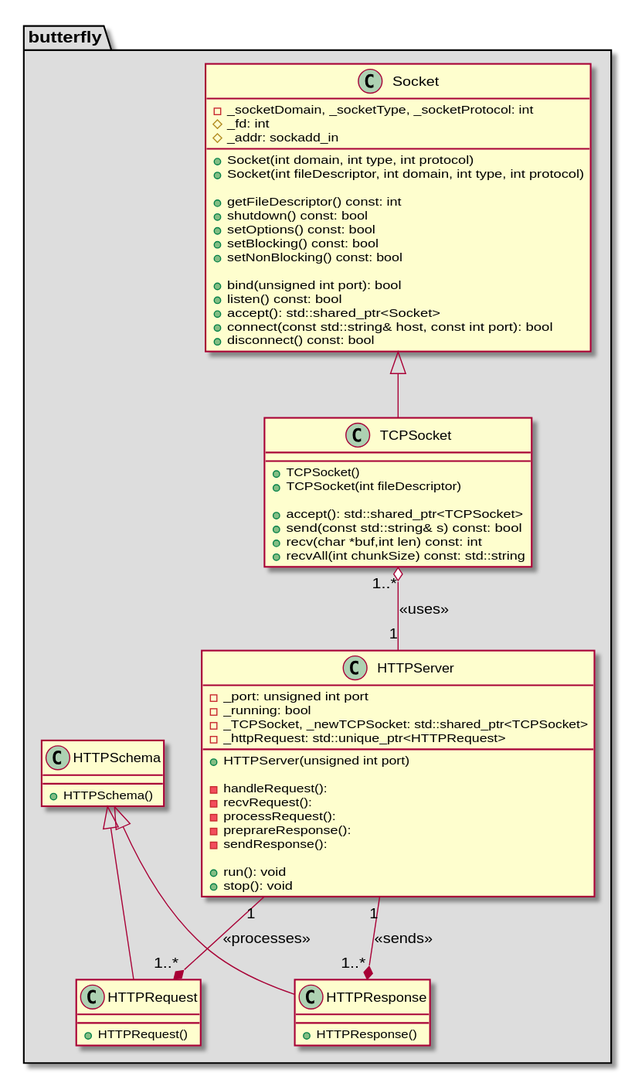
The PlantUML diagram architecture/class_diagrams/httpServer.svg in bierschi/butterfly, before a commit.
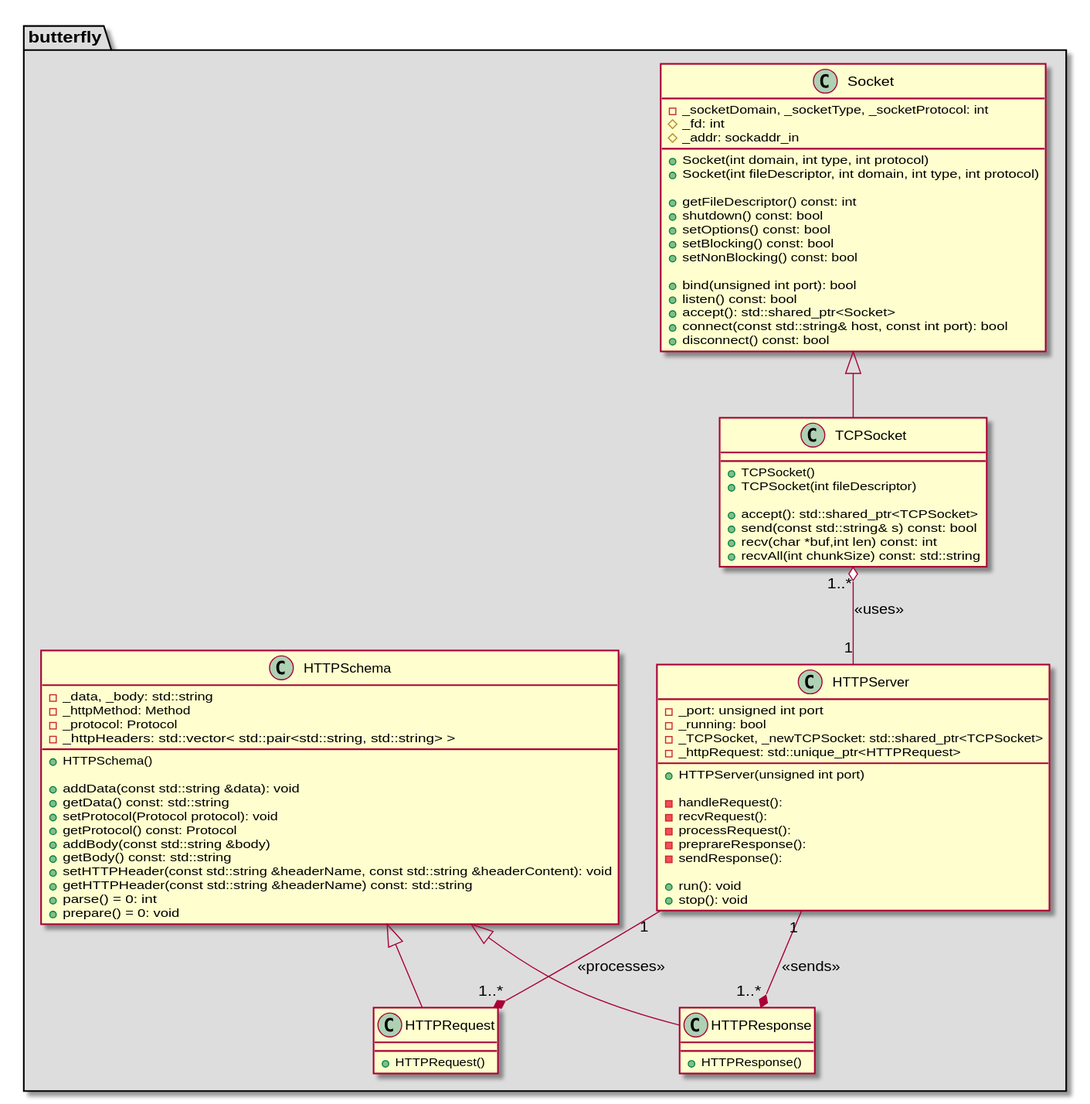
After the change.

Commit message:
Updated the http request handling

What changed in the source:
```diff
@@ -6,35 +6,36 @@
 {
     - _socketDomain, _socketType, _socketProtocol: int
     # _fd: int
-    # _addr: sockadd_in
+    # _addr: sockaddr_in
 
-    +Socket(int domain, int type, int protocol)
-    +Socket(int fileDescriptor, int domain, int type, int protocol)
+    + Socket(int domain, int type, int protocol)
+    + Socket(int fileDescriptor, int domain, int type, int protocol)
 
-    +getFileDescriptor() const: int
-    +shutdown() const: bool
-    +setOptions() const: bool
-    +setBlocking() const: bool
-    +setNonBlocking() const: bool
+    + getFileDescriptor() const: int
+    + shutdown() const: bool
+    + setOptions() const: bool
+    + setBlocking() const: bool
+    + setNonBlocking() const: bool
 
-    +bind(unsigned int port): bool
-    +listen() const: bool
-    +accept(): std::shared_ptr<Socket>
-    +connect(const std::string& host, const int port): bool
-    +disconnect() const: bool
+    + bind(unsigned int port): bool
+    + listen() const: bool
+    + accept(): std::shared_ptr<Socket>
+    + connect(const std::string& host, const int port): bool
+    + disconnect() const: bool
 }
 
 class TCPSocket
 {
 
-    +TCPSocket()
-    +TCPSocket(int fileDescriptor)
+    + TCPSocket()
+    + TCPSocket(int fileDescriptor)
 
-    +accept(): std::shared_ptr<TCPSocket>
-    +send(const std::string& s) const: bool
-    +recv(char *buf,int len) const: int
-    +recvAll(int chunkSize) const: std::string
+    + accept(): std::shared_ptr<TCPSocket>
+    + send(const std::string& s) const: bool
+    + recv(char *buf,int len) const: int
+    + recvAll(int chunkSize) const: std::string
 }
+
 
 class HTTPServer
 {
@@ -42,13 +43,14 @@
     - _running: bool
     - _TCPSocket, _newTCPSocket: std::shared_ptr<TCPSocket>
     - _httpRequest: std::unique_ptr<HTTPRequest>
-    +HTTPServer(unsigned int port)
 
-    -handleRequest():
-    -recvRequest():
-    -processRequest():
-    -preprareResponse():
-    -sendResponse():
+    + HTTPServer(unsigned int port)
+
+    - handleRequest():
+    - recvRequest():
+    - processRequest():
+    - preprareResponse():
+    - sendResponse():
 
     +run(): void
     +stop(): void
@@ -56,8 +58,23 @@
 
 class HTTPSchema
 {
+    - _data, _body: std::string
+    - _httpMethod: Method
+    - _protocol: Protocol
+    - _httpHeaders: std::vector< std::pair<std::string, std::string> >
 
-    +HTTPSchema()
+    + HTTPSchema()
+
+    + addData(const std::string &data): void
+    + getData() const: std::string
+    + setProtocol(Protocol protocol): void
+    + getProtocol() const: Protocol
+    + addBody(const std::string &body)
+    + getBody() const: std::string
+    + setHTTPHeader(const std::string &headerName, const std::string &headerContent): void
+    + getHTTPHeader(const std::string &headerName) const: std::string
+    + parse() = 0: int
+    + prepare() = 0: void
 }
 
 class HTTPRequest
```
